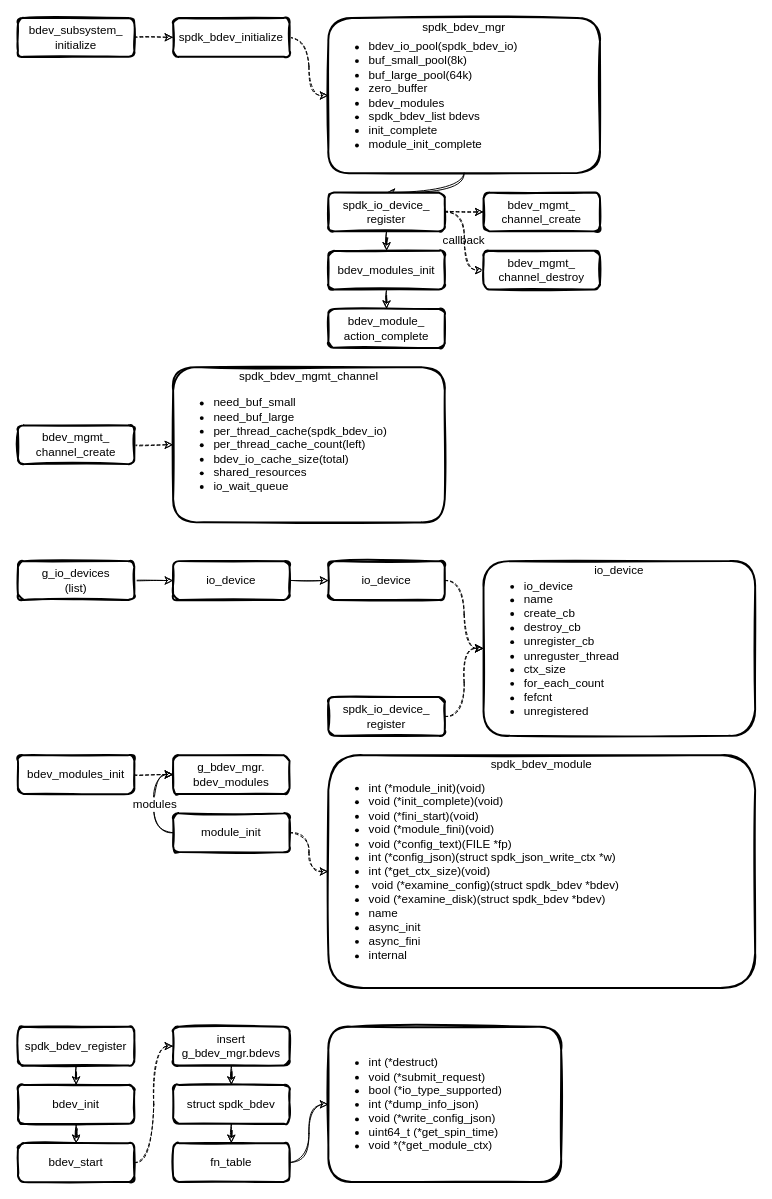
This is page "spdk_bdev" (1 of 5) of spdk/spdk_bdev.drawio from EarthWind/deeparch, a draw.io file, before an edit. Source tidied: cells renumbered, new cells numbered last; positions are measured from the earlier drawing's top-left corner, leaving out a move shared by most shapes. Both pictures are drawn from the tidied source at 97%, with x=0, y=0 at pixel (17, 17).
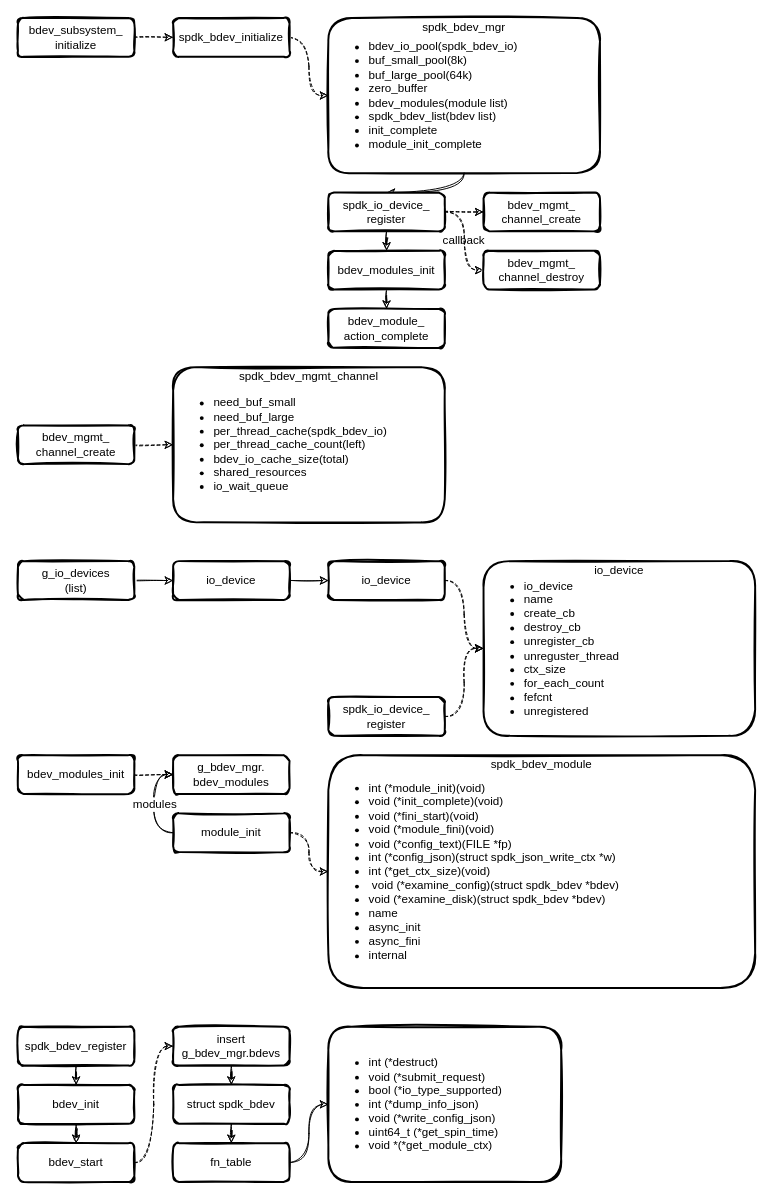
The same page after the edit.

Diff of the diagram source:
```diff
@@
-    <mxCell id="13" value="&lt;ul&gt;&lt;li&gt;bdev_io_pool(spdk_bdev_io)&lt;/li&gt;&lt;li&gt;buf_small_pool(8k)&lt;br&gt;&lt;/li&gt;&lt;li&gt;buf_large_pool(64k)&lt;br&gt;&lt;/li&gt;&lt;li&gt;zero_buffer&lt;br&gt;&lt;/li&gt;&lt;li&gt;bdev_modules&lt;br&gt;&lt;/li&gt;&lt;li&gt;spdk_bdev_list bdevs&lt;br&gt;&lt;/li&gt;&lt;li&gt;init_complete&lt;br&gt;&lt;/li&gt;&lt;li&gt;module_init_complete&lt;br&gt;&lt;/li&gt;&lt;/ul&gt;" style="text;strokeColor=none;fillColor=none;html=1;whiteSpace=wrap;verticalAlign=middle;overflow=hidden;shadow=0;sketch=1;fillWeight=1;hachureGap=4;fontSize=12;fontColor=#000000;" parent="1" vertex="1">
+    <mxCell id="13" value="&lt;ul&gt;&lt;li&gt;bdev_io_pool(spdk_bdev_io)&lt;/li&gt;&lt;li&gt;buf_small_pool(8k)&lt;br&gt;&lt;/li&gt;&lt;li&gt;buf_large_pool(64k)&lt;br&gt;&lt;/li&gt;&lt;li&gt;zero_buffer&lt;br&gt;&lt;/li&gt;&lt;li&gt;bdev_modules(module list)&lt;br&gt;&lt;/li&gt;&lt;li&gt;spdk_bdev_list(bdev list)&lt;br&gt;&lt;/li&gt;&lt;li&gt;init_complete&lt;br&gt;&lt;/li&gt;&lt;li&gt;module_init_complete&lt;br&gt;&lt;/li&gt;&lt;/ul&gt;" style="text;strokeColor=none;fillColor=none;html=1;whiteSpace=wrap;verticalAlign=middle;overflow=hidden;shadow=0;sketch=1;fillWeight=1;hachureGap=4;fontSize=12;fontColor=#000000;" parent="1" vertex="1">
       <mxGeometry x="320" width="280" height="160" as="geometry" />
     </mxCell>
```
